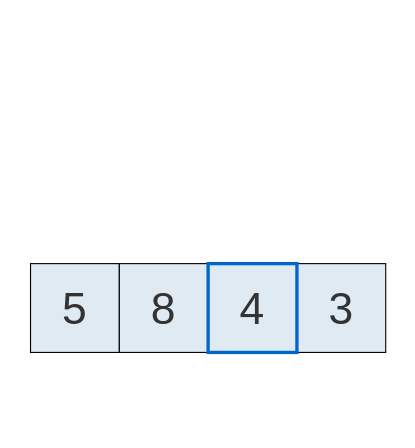
Before: page "3" (4 of 16) of teoria/04_estructuras_y_algoritmos/imgs/03/insertion_sort.drawio in ee-unr/programacion-2, a draw.io diagram. Source tidied: cells renumbered, new cells numbered last; positions are measured from the earlier drawing's top-left corner, leaving out a move shared by most shapes. Both pictures are drawn from the tidied source at 111%, with x=0, y=0 at pixel (19, 185).
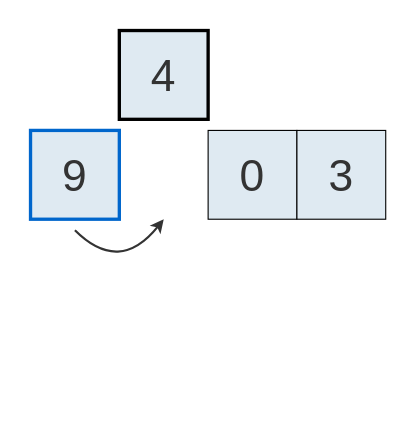
After the change.

Change to the diagram source:
```diff
@@
 <mxGraphModel>
   <root>
-    <mxCell id="0" />
-    <mxCell id="1" parent="0" />
-    <mxCell id="2" style="rounded=0;whiteSpace=wrap;html=1;fillColor=none;fontSize=40;strokeColor=none;" parent="1" vertex="1">
-      <mxGeometry width="340" height="220" as="geometry" />
-    </mxCell>
-    <mxCell id="3" value="&lt;font style=&quot;font-size: 40px;&quot; color=&quot;#333333&quot; face=&quot;Cascadia Code&quot;&gt;5&lt;/font&gt;" style="rounded=0;whiteSpace=wrap;html=1;fillColor=#DFEAF2;fontSize=34;" parent="1" vertex="1">
-      <mxGeometry x="10" y="70" width="80" height="80" as="geometry" />
-    </mxCell>
-    <mxCell id="4" value="&lt;font style=&quot;font-size: 40px;&quot; color=&quot;#333333&quot; face=&quot;Cascadia Code&quot;&gt;8&lt;/font&gt;" style="rounded=0;whiteSpace=wrap;html=1;fillColor=#DFEAF2;fontSize=34;" parent="1" vertex="1">
-      <mxGeometry x="90" y="70" width="80" height="80" as="geometry" />
-    </mxCell>
+    <mxCell id="7" />
+    <mxCell id="8" parent="7" />
+    <mxCell id="9" value="&lt;font style=&quot;font-size: 40px;&quot; color=&quot;#333333&quot; face=&quot;Cascadia Code&quot;&gt;9&lt;/font&gt;" style="rounded=0;whiteSpace=wrap;html=1;fillColor=#DFEAF2;fontSize=34;strokeColor=#0066CC;strokeWidth=3;" parent="8" vertex="1">
+      <mxGeometry x="10" y="-50" width="80" height="80" as="geometry" />
+    </mxCell>
+    <mxCell id="6" value="&lt;font style=&quot;font-size: 40px;&quot; color=&quot;#333333&quot; face=&quot;Cascadia Code&quot;&gt;4&lt;/font&gt;" style="rounded=0;whiteSpace=wrap;html=1;fillColor=#DFEAF2;fontSize=34;strokeWidth=3;" parent="8" vertex="1">
+      <mxGeometry x="90" y="-140" width="80" height="80" as="geometry" />
+    </mxCell>
+    <mxCell id="10" value="&lt;font style=&quot;font-size: 40px;&quot; color=&quot;#333333&quot; face=&quot;Cascadia Code&quot;&gt;0&lt;/font&gt;" style="rounded=0;whiteSpace=wrap;html=1;fillColor=#DFEAF2;fontSize=34;" parent="8" vertex="1">
+      <mxGeometry x="170" y="-50" width="80" height="80" as="geometry" />
+    </mxCell>
-    <mxCell id="5" value="&lt;font style=&quot;font-size: 40px;&quot; color=&quot;#333333&quot; face=&quot;Cascadia Code&quot;&gt;3&lt;/font&gt;" style="rounded=0;whiteSpace=wrap;html=1;fillColor=#DFEAF2;fontSize=34;" parent="1" vertex="1">
-      <mxGeometry x="250" y="70" width="80" height="80" as="geometry" />
+    <mxCell id="5" value="&lt;font style=&quot;font-size: 40px;&quot; color=&quot;#333333&quot; face=&quot;Cascadia Code&quot;&gt;3&lt;/font&gt;" style="rounded=0;whiteSpace=wrap;html=1;fillColor=#DFEAF2;fontSize=34;" parent="8" vertex="1">
+      <mxGeometry x="250" y="-50" width="80" height="80" as="geometry" />
     </mxCell>
-    <mxCell id="6" value="&lt;font style=&quot;font-size: 40px;&quot; color=&quot;#333333&quot; face=&quot;Cascadia Code&quot;&gt;4&lt;/font&gt;" style="rounded=0;whiteSpace=wrap;html=1;fillColor=#DFEAF2;fontSize=34;strokeColor=#0066CC;strokeWidth=3;" parent="1" vertex="1">
-      <mxGeometry x="170" y="70" width="80" height="80" as="geometry" />
-    </mxCell>
+    <mxCell id="11" style="endArrow=classic;html=1;rounded=0;curved=1;strokeColor=#333333;strokeWidth=2;" parent="8" edge="1">
+      <mxGeometry relative="1" as="geometry">
+        <mxPoint x="50" y="40" as="sourcePoint" />
+        <mxPoint x="130" y="30" as="targetPoint" />
+        <Array as="points">
+          <mxPoint x="90" y="80" />
+        </Array>
+      </mxGeometry>
+    </mxCell>
+    <mxCell id="12" style="rounded=0;whiteSpace=wrap;html=1;fillColor=none;fontSize=40;strokeColor=none;" parent="8" vertex="1">
+      <mxGeometry y="-150" width="340" height="220" as="geometry" />
+    </mxCell>
   </root>
 </mxGraphModel>
```
